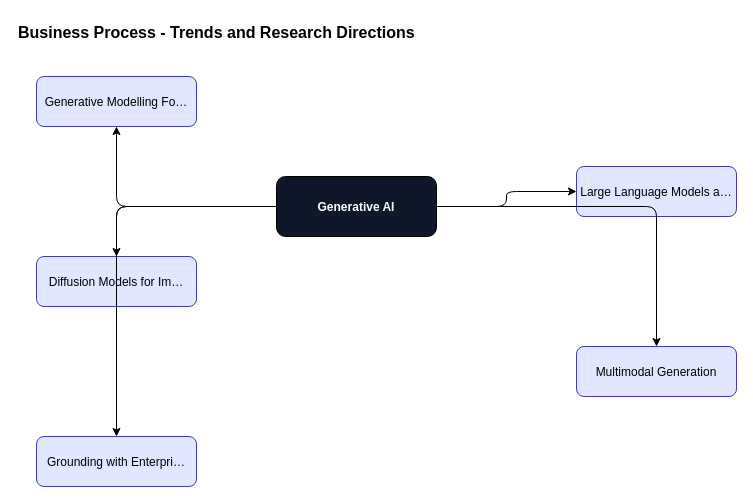
Before: content/generative-ai/generative-ai-foundations/diagrams/fig-032-business-process.drawio in ankit05121980/AI-University, a draw.io diagram. Source tidied: cells renumbered, new cells numbered last; positions are measured from the earlier drawing's top-left corner, leaving out a move shared by most shapes. Both pictures are drawn from the tidied source at 100%, with x=0, y=0 at pixel (16, 16).
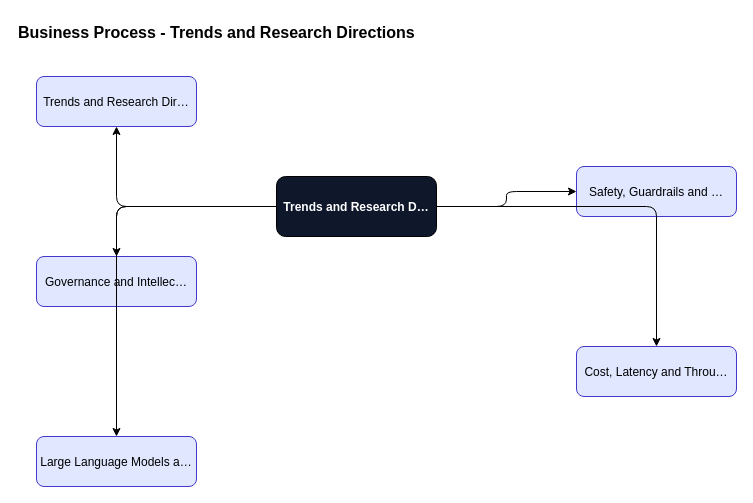
The same page after the edit.

The edit, as a diff of the source:
```diff
@@
 <mxGraphModel>
   <root>
     <mxCell id="0" />
     <mxCell id="1" parent="0" />
     <mxCell id="2" value="Business Process - Trends and Research Directions" style="text;fontSize=16;fontStyle=1;" parent="1" vertex="1">
       <mxGeometry width="600" height="30" as="geometry" />
     </mxCell>
-    <mxCell id="3" value="Generative AI" style="rounded=1;fillColor=#0f172a;fontColor=#ffffff;fontStyle=1;" parent="1" vertex="1">
+    <mxCell id="3" value="Trends and Research D…" style="rounded=1;fillColor=#0f172a;fontColor=#ffffff;fontStyle=1;" parent="1" vertex="1">
       <mxGeometry x="260" y="160" width="160" height="60" as="geometry" />
     </mxCell>
-    <mxCell id="4" value="Generative Modelling Fo…" style="rounded=1;fillColor=#e0e7ff;strokeColor=#4338ca;" parent="1" vertex="1">
+    <mxCell id="4" value="Trends and Research Dir…" style="rounded=1;fillColor=#e0e7ff;strokeColor=#4338ca;" parent="1" vertex="1">
       <mxGeometry x="20" y="60" width="160" height="50" as="geometry" />
     </mxCell>
     <mxCell id="5" style="edgeStyle=orthogonalEdgeStyle;" parent="1" edge="1" source="3" target="4">
       <mxGeometry relative="1" as="geometry" />
     </mxCell>
-    <mxCell id="6" value="Large Language Models a…" style="rounded=1;fillColor=#e0e7ff;strokeColor=#4338ca;" parent="1" vertex="1">
+    <mxCell id="6" value="Safety, Guardrails and …" style="rounded=1;fillColor=#e0e7ff;strokeColor=#4338ca;" parent="1" vertex="1">
       <mxGeometry x="560" y="150" width="160" height="50" as="geometry" />
     </mxCell>
     <mxCell id="7" style="edgeStyle=orthogonalEdgeStyle;" parent="1" edge="1" source="3" target="6">
       <mxGeometry relative="1" as="geometry" />
     </mxCell>
-    <mxCell id="8" value="Diffusion Models for Im…" style="rounded=1;fillColor=#e0e7ff;strokeColor=#4338ca;" parent="1" vertex="1">
+    <mxCell id="8" value="Governance and Intellec…" style="rounded=1;fillColor=#e0e7ff;strokeColor=#4338ca;" parent="1" vertex="1">
       <mxGeometry x="20" y="240" width="160" height="50" as="geometry" />
     </mxCell>
     <mxCell id="9" style="edgeStyle=orthogonalEdgeStyle;" parent="1" edge="1" source="3" target="8">
       <mxGeometry relative="1" as="geometry" />
     </mxCell>
-    <mxCell id="10" value="Multimodal Generation" style="rounded=1;fillColor=#e0e7ff;strokeColor=#4338ca;" parent="1" vertex="1">
+    <mxCell id="10" value="Cost, Latency and Throu…" style="rounded=1;fillColor=#e0e7ff;strokeColor=#4338ca;" parent="1" vertex="1">
       <mxGeometry x="560" y="330" width="160" height="50" as="geometry" />
     </mxCell>
     <mxCell id="11" style="edgeStyle=orthogonalEdgeStyle;" parent="1" edge="1" source="3" target="10">
       <mxGeometry relative="1" as="geometry" />
     </mxCell>
-    <mxCell id="12" value="Grounding with Enterpri…" style="rounded=1;fillColor=#e0e7ff;strokeColor=#4338ca;" parent="1" vertex="1">
+    <mxCell id="12" value="Large Language Models a…" style="rounded=1;fillColor=#e0e7ff;strokeColor=#4338ca;" parent="1" vertex="1">
       <mxGeometry x="20" y="420" width="160" height="50" as="geometry" />
     </mxCell>
     <mxCell id="13" style="edgeStyle=orthogonalEdgeStyle;" parent="1" edge="1" source="3" target="12">
       <mxGeometry relative="1" as="geometry" />
     </mxCell>
   </root>
 </mxGraphModel>
```
